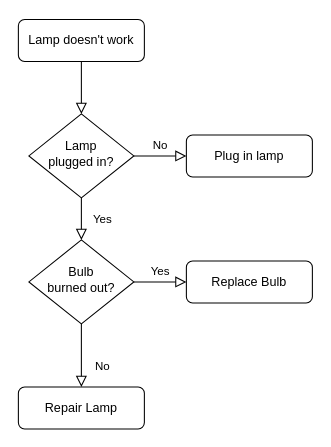
Before: 未命名绘图.drawio in liusuzi2015/stock_score, a draw.io diagram. Source tidied: cells renumbered, new cells numbered last; positions are measured from the earlier drawing's top-left corner, leaving out a move shared by most shapes. Both pictures are drawn from the tidied source at 105%, with x=0, y=0 at pixel (18, 19).
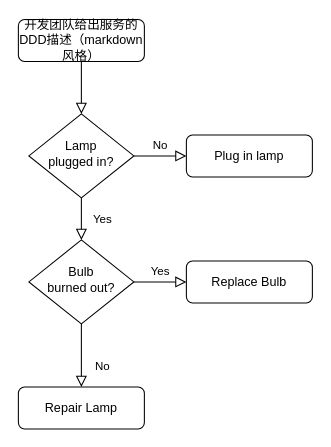
Above is the later version.

The edit, as a diff of the source:
```diff
@@
 <mxGraphModel>
   <root>
     <mxCell id="0" />
     <mxCell id="1" parent="0" />
     <mxCell id="2" style="rounded=0;html=1;jettySize=auto;fontSize=11;endArrow=block;endFill=0;endSize=8;strokeWidth=1;shadow=0;labelBackgroundColor=none;edgeStyle=orthogonalEdgeStyle;" parent="1" edge="1" source="3" target="6">
       <mxGeometry relative="1" as="geometry" />
     </mxCell>
-    <mxCell id="3" value="Lamp doesn't work" style="rounded=1;whiteSpace=wrap;html=1;fontSize=12;glass=0;strokeWidth=1;shadow=0;" parent="1" vertex="1">
+    <mxCell id="3" value="开发团队给出服务的DDD描述（markdown风格）" style="rounded=1;whiteSpace=wrap;html=1;fontSize=12;glass=0;strokeWidth=1;shadow=0;" parent="1" vertex="1">
       <mxGeometry width="120" height="40" as="geometry" />
     </mxCell>
     <mxCell id="4" value="Yes" style="rounded=0;html=1;jettySize=auto;fontSize=11;endArrow=block;endFill=0;endSize=8;strokeWidth=1;shadow=0;labelBackgroundColor=none;edgeStyle=orthogonalEdgeStyle;" parent="1" edge="1" source="6" target="10">
       <mxGeometry y="20" relative="1" as="geometry" />
     </mxCell>
     <mxCell id="5" value="No" style="edgeStyle=orthogonalEdgeStyle;rounded=0;html=1;jettySize=auto;fontSize=11;endArrow=block;endFill=0;endSize=8;strokeWidth=1;shadow=0;labelBackgroundColor=none;" parent="1" edge="1" source="6" target="7">
       <mxGeometry y="10" relative="1" as="geometry" />
     </mxCell>
     <mxCell id="6" value="Lamp&lt;br&gt;plugged in?" style="rhombus;whiteSpace=wrap;html=1;shadow=0;fontFamily=Helvetica;fontSize=12;align=center;strokeWidth=1;spacing=6;spacingTop=-4;" parent="1" vertex="1">
       <mxGeometry x="10" y="90" width="100" height="80" as="geometry" />
     </mxCell>
     <mxCell id="7" value="Plug in lamp" style="rounded=1;whiteSpace=wrap;html=1;fontSize=12;glass=0;strokeWidth=1;shadow=0;" parent="1" vertex="1">
       <mxGeometry x="160" y="110" width="120" height="40" as="geometry" />
     </mxCell>
     <mxCell id="8" value="No" style="rounded=0;html=1;jettySize=auto;fontSize=11;endArrow=block;endFill=0;endSize=8;strokeWidth=1;shadow=0;labelBackgroundColor=none;edgeStyle=orthogonalEdgeStyle;" parent="1" edge="1" source="10" target="11">
       <mxGeometry x="0.33" y="20" relative="1" as="geometry" />
     </mxCell>
     <mxCell id="9" value="Yes" style="edgeStyle=orthogonalEdgeStyle;rounded=0;html=1;jettySize=auto;fontSize=11;endArrow=block;endFill=0;endSize=8;strokeWidth=1;shadow=0;labelBackgroundColor=none;" parent="1" edge="1" source="10" target="12">
       <mxGeometry y="10" relative="1" as="geometry" />
     </mxCell>
     <mxCell id="10" value="Bulb&lt;br&gt;burned out?" style="rhombus;whiteSpace=wrap;html=1;shadow=0;fontFamily=Helvetica;fontSize=12;align=center;strokeWidth=1;spacing=6;spacingTop=-4;" parent="1" vertex="1">
       <mxGeometry x="10" y="210" width="100" height="80" as="geometry" />
     </mxCell>
     <mxCell id="11" value="Repair Lamp" style="rounded=1;whiteSpace=wrap;html=1;fontSize=12;glass=0;strokeWidth=1;shadow=0;" parent="1" vertex="1">
       <mxGeometry y="350" width="120" height="40" as="geometry" />
     </mxCell>
     <mxCell id="12" value="Replace Bulb" style="rounded=1;whiteSpace=wrap;html=1;fontSize=12;glass=0;strokeWidth=1;shadow=0;" parent="1" vertex="1">
       <mxGeometry x="160" y="230" width="120" height="40" as="geometry" />
     </mxCell>
   </root>
 </mxGraphModel>
```
